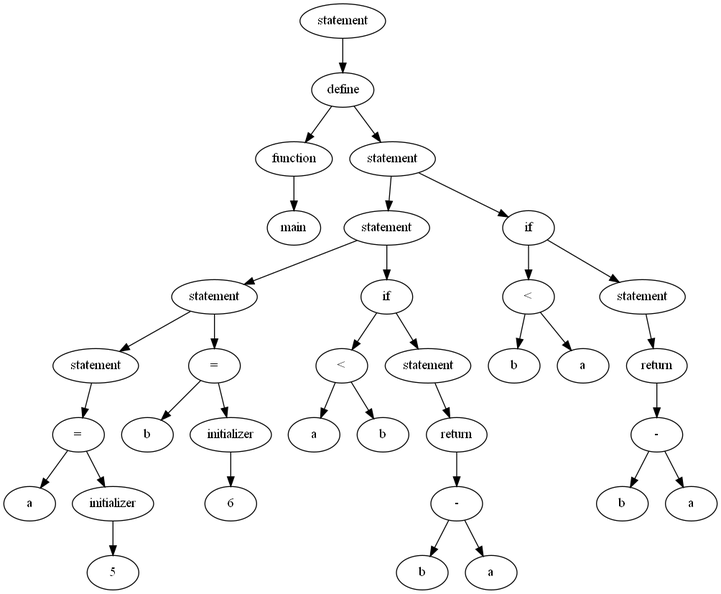
Earlier version of the Graphviz export russkie_alga!/parse.png (matmuher/flip-flop). Its source is kept beside it as russkie_alga!/parse.dot.
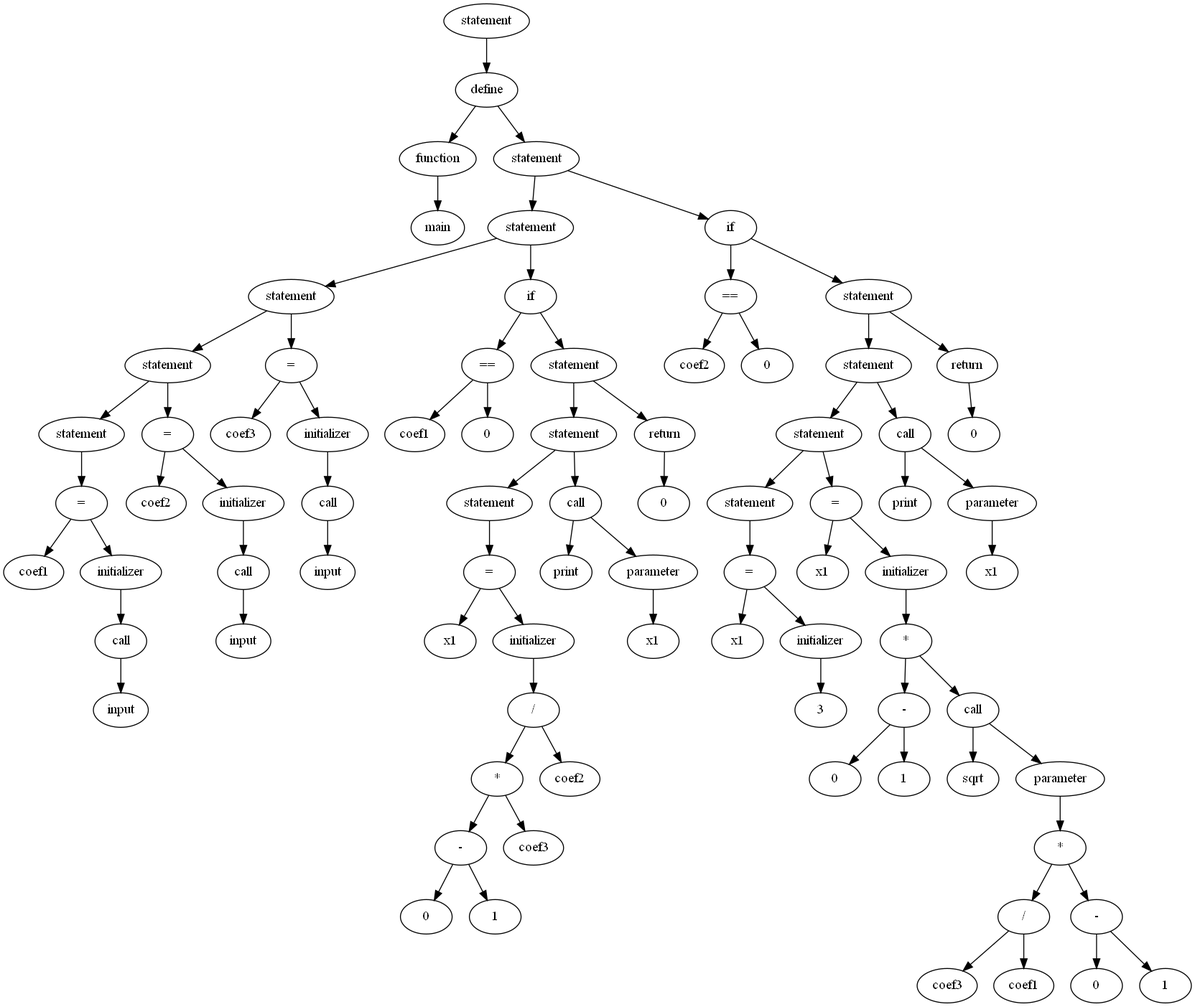
The same file after the commit.

What changed in the source:
```diff
@@ -1,69 +1,165 @@
 digraph G {
-A001204C0 [label = "statement"];
-A001204C0 -> A00127168;
-A00127168 [label = "define"];
-A00127168 -> A00127150;
-A00127168 -> A00126D90;
-A00127150 [label = "function"];
-A00127150 -> A001204F0;
-A001204F0 [label = "main"];
-A00126D90 [label = "statement"];
-A00126D90 -> A00126E08;
-A00126D90 -> A00127030;
-A00126E08 [label = "statement"];
-A00126E08 -> A00122860;
-A00126E08 -> A00126F40;
-A00122860 [label = "statement"];
-A00122860 -> A00120508;
-A00122860 -> A00126E50;
-A00120508 [label = "statement"];
-A00120508 -> A00120598;
-A00120598 [label = "="];
-A00120598 -> A00120538;
-A00120598 -> A00120568;
-A00120538 [label = "a"];
-A00120568 [label = "initializer"];
-A00120568 -> A00120550;
-A00120550 [label = "5"];
-A00126E50 [label = "="];
-A00126E50 -> A00122890;
-A00126E50 -> A001228C0;
-A00122890 [label = "b"];
-A001228C0 [label = "initializer"];
-A001228C0 -> A001228A8;
-A001228A8 [label = "6"];
-A00126F40 [label = "if"];
-A00126F40 -> A00126F10;
-A00126F40 -> A00126E38;
-A00126F10 [label = "<"];
-A00126F10 -> A00126DD8;
-A00126F10 -> A00126DF0;
-A00126DD8 [label = "a"];
-A00126DF0 [label = "b"];
-A00126E38 [label = "statement"];
-A00126E38 -> A00126E98;
-A00126E98 [label = "return"];
-A00126E98 -> A00126E68;
-A00126E68 [label = "-"];
-A00126E68 -> A00126F28;
-A00126E68 -> A00126EE0;
-A00126F28 [label = "b"];
-A00126EE0 [label = "a"];
-A00127030 [label = "if"];
-A00127030 -> A00126EB0;
-A00127030 -> A00126EF8;
-A00126EB0 [label = "<"];
-A00126EB0 -> A00126DA8;
-A00126EB0 -> A00126DC0;
-A00126DA8 [label = "b"];
-A00126DC0 [label = "a"];
-A00126EF8 [label = "statement"];
-A00126EF8 -> A00127138;
-A00127138 [label = "return"];
-A00127138 -> A001271C8;
-A001271C8 [label = "-"];
-A001271C8 -> A00126FE8;
-A001271C8 -> A00126FA0;
-A00126FE8 [label = "b"];
-A00126FA0 [label = "a"];
+A007D04C0 [label = "statement"];
+A007D04C0 -> A007D80A0;
+A007D80A0 [label = "define"];
+A007D80A0 -> A007D80D0;
+A007D80A0 -> A007D3318;
+A007D80D0 [label = "function"];
+A007D80D0 -> A007D04F0;
+A007D04F0 [label = "main"];
+A007D3318 [label = "statement"];
+A007D3318 -> A007D2EF8;
+A007D3318 -> A007D8148;
+A007D2EF8 [label = "statement"];
+A007D2EF8 -> A007D2E20;
+A007D2EF8 -> A007D32B8;
+A007D2E20 [label = "statement"];
+A007D2E20 -> A007D2DB0;
+A007D2E20 -> A007D2F28;
+A007D2DB0 [label = "statement"];
+A007D2DB0 -> A007D0508;
+A007D2DB0 -> A007D2E68;
+A007D0508 [label = "statement"];
+A007D0508 -> A007D2D98;
+A007D2D98 [label = "="];
+A007D2D98 -> A007D0538;
+A007D2D98 -> A007D0580;
+A007D0538 [label = "coef1"];
+A007D0580 [label = "initializer"];
+A007D0580 -> A007D0568;
+A007D0568 [label = "call"];
+A007D0568 -> A007D0550;
+A007D0550 [label = "input"];
+A007D2E68 [label = "="];
+A007D2E68 -> A007D2DE0;
+A007D2E68 -> A007D2E50;
+A007D2DE0 [label = "coef2"];
+A007D2E50 [label = "initializer"];
+A007D2E50 -> A007D2F40;
+A007D2F40 [label = "call"];
+A007D2F40 -> A007D2F58;
+A007D2F58 [label = "input"];
+A007D2F28 [label = "="];
+A007D2F28 -> A007D2E38;
+A007D2F28 -> A007D2EB0;
+A007D2E38 [label = "coef3"];
+A007D2EB0 [label = "initializer"];
+A007D2EB0 -> A007D2FE8;
+A007D2FE8 [label = "call"];
+A007D2FE8 -> A007D2E80;
+A007D2E80 [label = "input"];
+A007D32B8 [label = "if"];
+A007D32B8 -> A007D2F88;
+A007D32B8 -> A007D30D8;
+A007D2F88 [label = "=="];
+A007D2F88 -> A007D2EE0;
+A007D2F88 -> A007D2F10;
+A007D2EE0 [label = "coef1"];
+A007D2F10 [label = "0"];
+A007D30D8 [label = "statement"];
+A007D30D8 -> A007D3228;
+A007D30D8 -> A007D31E0;
+A007D3228 [label = "statement"];
+A007D3228 -> A007D2FD0;
+A007D3228 -> A007D3300;
+A007D2FD0 [label = "statement"];
+A007D2FD0 -> A007D32E8;
+A007D32E8 [label = "="];
+A007D32E8 -> A007D3108;
+A007D32E8 -> A007D32A0;
+A007D3108 [label = "x1"];
+A007D32A0 [label = "initializer"];
+A007D32A0 -> A007D31F8;
+A007D31F8 [label = "/"];
+A007D31F8 -> A007D3030;
+A007D31F8 -> A007D3048;
+A007D3030 [label = "*"];
+A007D3030 -> A007D32D0;
+A007D3030 -> A007D30F0;
+A007D32D0 [label = "-"];
+A007D32D0 -> A007D3288;
+A007D32D0 -> A007D3240;
+A007D3288 [label = "0"];
+A007D3240 [label = "1"];
+A007D30F0 [label = "coef3"];
+A007D3048 [label = "coef2"];
+A007D3300 [label = "call"];
+A007D3300 -> A007D3060;
+A007D3300 -> A007D3210;
+A007D3060 [label = "print"];
+A007D3210 [label = "parameter"];
+A007D3210 -> A007D3078;
+A007D3078 [label = "x1"];
+A007D31E0 [label = "return"];
+A007D31E0 -> A007D3258;
+A007D3258 [label = "0"];
+A007D8148 [label = "if"];
+A007D8148 -> A007D3270;
+A007D8148 -> A007D8040;
+A007D3270 [label = "=="];
+A007D3270 -> A007D30C0;
+A007D3270 -> A007D30A8;
+A007D30C0 [label = "coef2"];
+A007D30A8 [label = "0"];
+A007D8040 [label = "statement"];
+A007D8040 -> A007D8310;
+A007D8040 -> A007D8208;
+A007D8310 [label = "statement"];
+A007D8310 -> A007D33C0;
+A007D8310 -> A007D82C8;
+A007D33C0 [label = "statement"];
+A007D33C0 -> A007D3150;
+A007D33C0 -> A007D81F0;
+A007D3150 [label = "statement"];
+A007D3150 -> A007D3348;
+A007D3348 [label = "="];
+A007D3348 -> A007D31B0;
+A007D3348 -> A007D33A8;
+A007D31B0 [label = "x1"];
+A007D33A8 [label = "initializer"];
+A007D33A8 -> A007D31C8;
+A007D31C8 [label = "3"];
+A007D81F0 [label = "="];
+A007D81F0 -> A007D33D8;
+A007D81F0 -> A007D8178;
+A007D33D8 [label = "x1"];
+A007D8178 [label = "initializer"];
+A007D8178 -> A007D8130;
+A007D8130 [label = "*"];
+A007D8130 -> A007D3360;
+A007D8130 -> A007D8088;
+A007D3360 [label = "-"];
+A007D3360 -> A007D33F0;
+A007D3360 -> A007D3330;
+A007D33F0 [label = "0"];
+A007D3330 [label = "1"];
+A007D8088 [label = "call"];
+A007D8088 -> A007D83B8;
+A007D8088 -> A007D8358;
+A007D83B8 [label = "sqrt"];
+A007D8358 [label = "parameter"];
+A007D8358 -> A007D82B0;
+A007D82B0 [label = "*"];
+A007D82B0 -> A007D83E8;
+A007D82B0 -> A007D83A0;
+A007D83E8 [label = "/"];
+A007D83E8 -> A007D83D0;
+A007D83E8 -> A007D8400;
+A007D83D0 [label = "coef3"];
+A007D8400 [label = "coef1"];
+A007D83A0 [label = "-"];
+A007D83A0 -> A007D8370;
+A007D83A0 -> A007D8388;
+A007D8370 [label = "0"];
+A007D8388 [label = "1"];
+A007D82C8 [label = "call"];
+A007D82C8 -> A007D8100;
+A007D82C8 -> A007D8298;
+A007D8100 [label = "print"];
+A007D8298 [label = "parameter"];
+A007D8298 -> A007D80B8;
+A007D80B8 [label = "x1"];
+A007D8208 [label = "return"];
+A007D8208 -> A007D8268;
+A007D8268 [label = "0"];
 }
```
